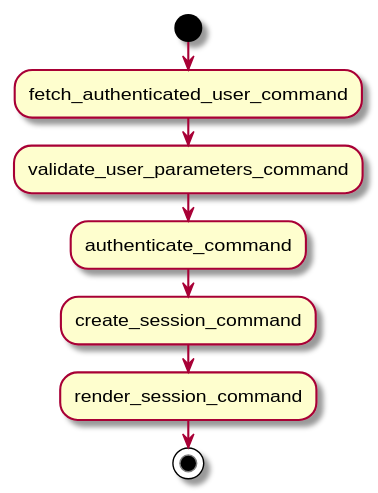
arpb2/C-3PO keeps this PlantUML diagram as build/uml/session_post_controller.svg. Above is the earlier version.
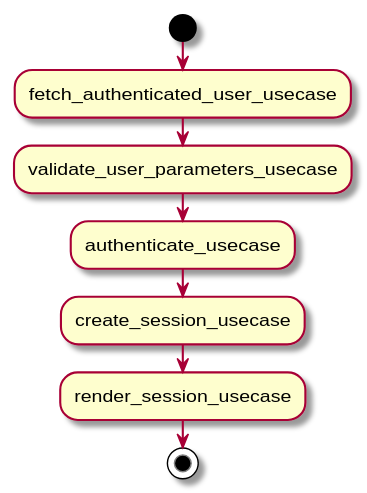
After the change.

Change to the diagram source:
```diff
@@ -1,9 +1,9 @@
 @startuml
 start
-:fetch_authenticated_user_command;
-:validate_user_parameters_command;
-:authenticate_command;
-:create_session_command;
-:render_session_command;
+:fetch_authenticated_user_usecase;
+:validate_user_parameters_usecase;
+:authenticate_usecase;
+:create_session_usecase;
+:render_session_usecase;
 stop
 @enduml
```
